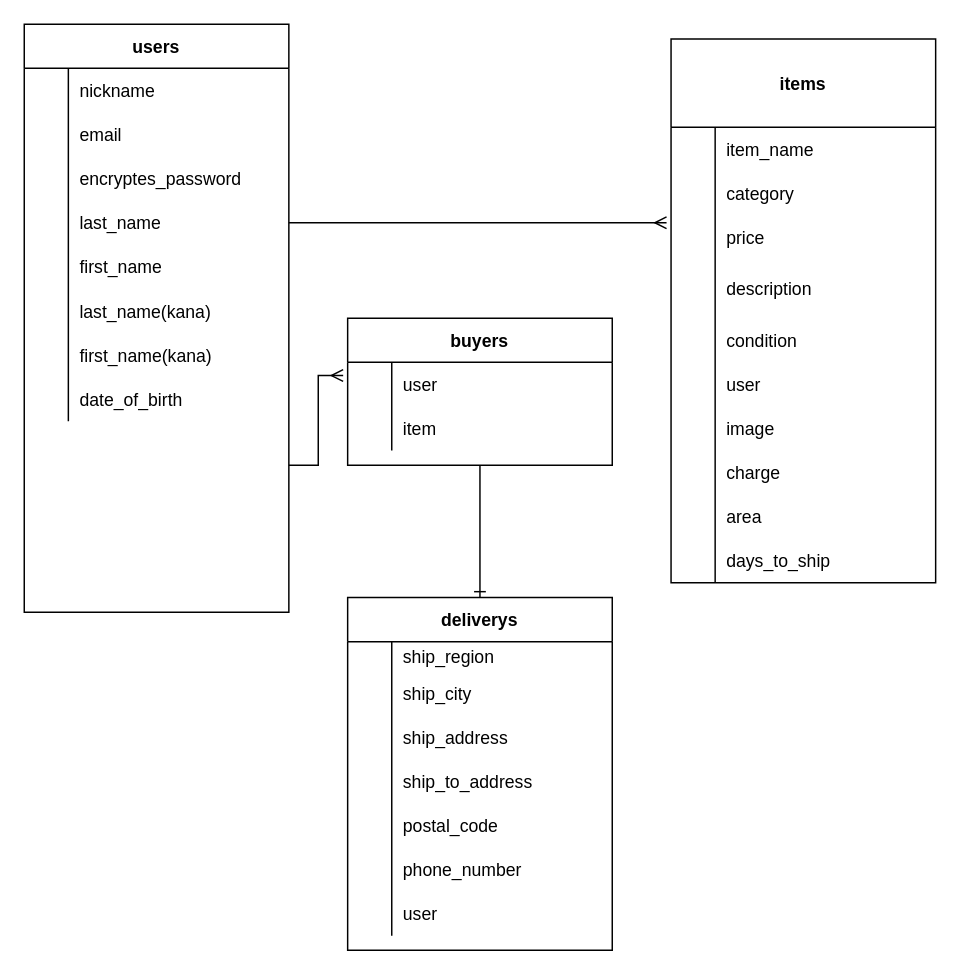
Earlier version of the draw.io diagram app/assets/images/test.dio (motuko61/furima-35954). Source tidied: cells renumbered, new cells numbered last; positions are measured from the earlier drawing's top-left corner, leaving out a move shared by most shapes. Both pictures are drawn from the tidied source at 147%, with x=0, y=0 at pixel (24, 24).
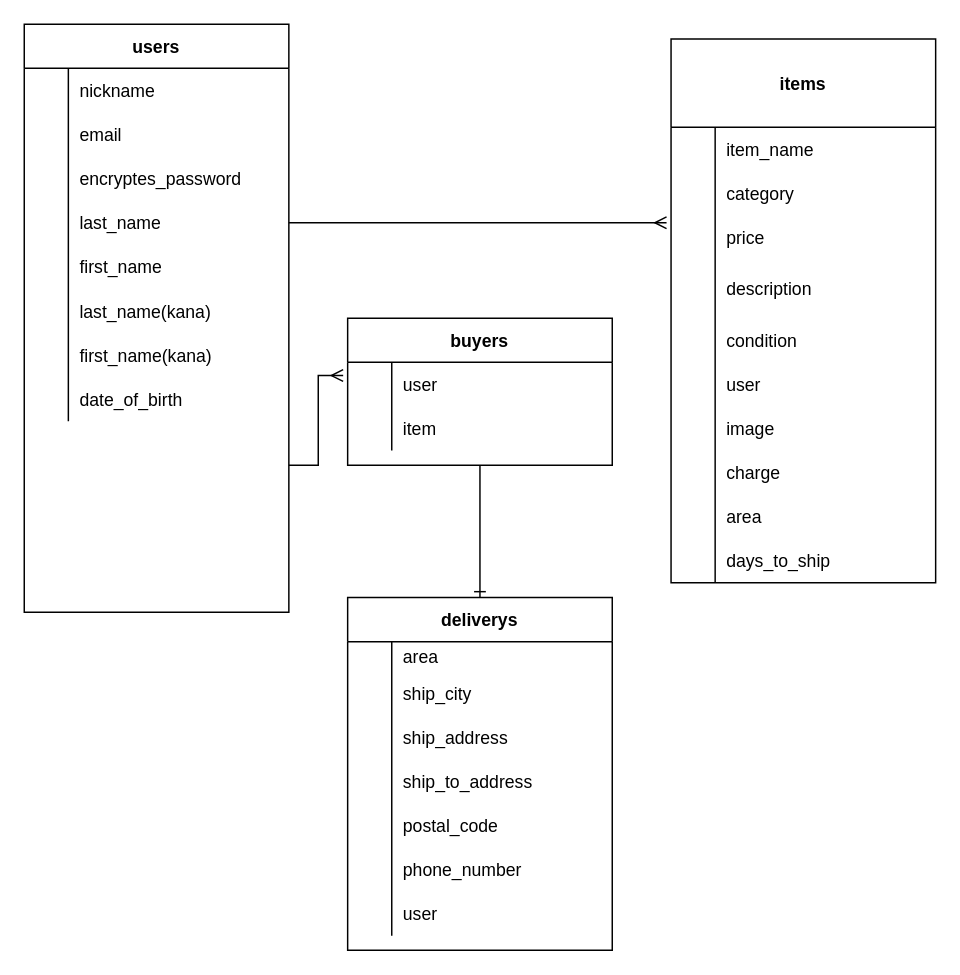
After the change.

Unchanged cells that the change refers to:
```xml
<mxCell id="3" style="shape=partialRectangle;fillColor=none;top=0;left=0;bottom=0;right=0;" parent="2" vertex="1">
  <mxGeometry y="30" width="180" height="20" as="geometry" />
</mxCell>
```

Change to the diagram source:
```diff
@@
-    <mxCell id="5" value="ship_region" style="shape=partialRectangle;fillColor=none;top=0;left=0;bottom=0;right=0;align=left;spacingLeft=6;overflow=hidden;" parent="3" vertex="1">
+    <mxCell id="5" value="area" style="shape=partialRectangle;fillColor=none;top=0;left=0;bottom=0;right=0;align=left;spacingLeft=6;overflow=hidden;" parent="3" vertex="1">
       <mxGeometry x="30" width="150" height="20" as="geometry" />
     </mxCell>
```
